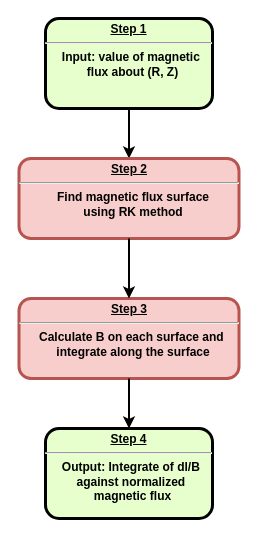
The draw.io diagram magnetic_flux_surface_integrate_flowchat.drawio in jiaxing-liu/flowchart, before the edit. Source tidied: cells renumbered, new cells numbered last; positions are measured from the earlier drawing's top-left corner, leaving out a move shared by most shapes. Both pictures are drawn from the tidied source at 100%, with x=0, y=0 at pixel (19, 18).
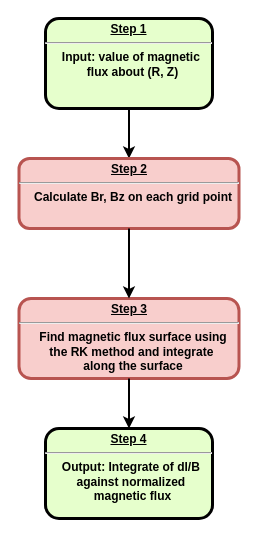
The same diagram, later.

The edit, as a diff of the source:
```diff
@@
 <mxGraphModel>
   <root>
     <mxCell id="0" />
     <mxCell id="1" parent="0" />
     <mxCell id="2" value="&lt;p style=&quot;margin: 0px ; margin-top: 4px ; text-align: center ; text-decoration: underline&quot;&gt;&lt;strong&gt;Step 1&lt;br&gt;&lt;/strong&gt;&lt;/p&gt;&lt;hr&gt;&lt;p style=&quot;margin: 0px ; margin-left: 8px&quot;&gt;Input: value of&amp;nbsp;&lt;span&gt;magnetic&amp;nbsp;&lt;/span&gt;&lt;/p&gt;&lt;p style=&quot;margin: 0px ; margin-left: 8px&quot;&gt;&lt;span&gt;flux&amp;nbsp;&lt;/span&gt;&lt;span&gt;about (R, Z)&lt;/span&gt;&lt;/p&gt;" style="verticalAlign=middle;align=center;overflow=fill;fontSize=12;fontFamily=Helvetica;html=1;rounded=1;fontStyle=1;strokeWidth=3;fillColor=#E6FFCC;" parent="1" vertex="1">
       <mxGeometry x="26" width="167" height="90" as="geometry" />
     </mxCell>
     <mxCell id="3" style="endArrow=classic;html=1;rounded=1;exitX=0.5;exitY=1;exitDx=0;exitDy=0;strokeWidth=2;entryX=0.5;entryY=0;entryDx=0;entryDy=0;edgeStyle=orthogonalEdgeStyle;" parent="1" edge="1" source="2" target="4">
       <mxGeometry relative="1" as="geometry" />
     </mxCell>
-    <mxCell id="4" value="&lt;p style=&quot;margin: 0px ; margin-top: 4px ; text-align: center ; text-decoration: underline&quot;&gt;&lt;strong&gt;Step 2&lt;br&gt;&lt;/strong&gt;&lt;/p&gt;&lt;hr&gt;&lt;p style=&quot;margin: 0px ; margin-left: 8px&quot;&gt;Find magnetic flux surface&lt;/p&gt;&lt;p style=&quot;margin: 0px ; margin-left: 8px&quot;&gt;using RK method&lt;/p&gt;" style="verticalAlign=middle;align=center;overflow=fill;fontSize=12;fontFamily=Helvetica;html=1;rounded=1;fontStyle=1;strokeWidth=3;fillColor=#f8cecc;strokeColor=#b85450;" parent="1" vertex="1">
-      <mxGeometry x="-0.5" y="140" width="220" height="80" as="geometry" />
+    <mxCell id="4" value="&lt;p style=&quot;margin: 0px ; margin-top: 4px ; text-align: center ; text-decoration: underline&quot;&gt;&lt;strong&gt;Step 2&lt;br&gt;&lt;/strong&gt;&lt;/p&gt;&lt;hr&gt;&lt;p style=&quot;margin: 0px ; margin-left: 8px&quot;&gt;Calculate Br, Bz on each grid point&lt;br&gt;&lt;/p&gt;" style="verticalAlign=middle;align=center;overflow=fill;fontSize=12;fontFamily=Helvetica;html=1;rounded=1;fontStyle=1;strokeWidth=3;fillColor=#f8cecc;strokeColor=#b85450;" parent="1" vertex="1">
+      <mxGeometry x="-0.5" y="140" width="220" height="70" as="geometry" />
     </mxCell>
-    <mxCell id="5" value="&lt;p style=&quot;margin: 0px ; margin-top: 4px ; text-align: center ; text-decoration: underline&quot;&gt;&lt;strong&gt;Step 3&lt;br&gt;&lt;/strong&gt;&lt;/p&gt;&lt;hr&gt;&lt;p style=&quot;margin: 0px ; margin-left: 8px&quot;&gt;Calculate B on each surface and&amp;nbsp;&lt;/p&gt;&lt;p style=&quot;margin: 0px ; margin-left: 8px&quot;&gt;integrate along the surface&lt;/p&gt;" style="verticalAlign=middle;align=center;overflow=fill;fontSize=12;fontFamily=Helvetica;html=1;rounded=1;fontStyle=1;strokeWidth=3;fillColor=#f8cecc;strokeColor=#b85450;" parent="1" vertex="1">
+    <mxCell id="5" value="&lt;p style=&quot;margin: 0px ; margin-top: 4px ; text-align: center ; text-decoration: underline&quot;&gt;&lt;strong&gt;Step 3&lt;br&gt;&lt;/strong&gt;&lt;/p&gt;&lt;hr&gt;&lt;p style=&quot;margin: 0px ; margin-left: 8px&quot;&gt;Find magnetic flux surface using&lt;/p&gt;&lt;p style=&quot;margin: 0px ; margin-left: 8px&quot;&gt;the RK method and&amp;nbsp;&lt;span&gt;integrate&amp;nbsp;&lt;/span&gt;&lt;/p&gt;&lt;p style=&quot;margin: 0px ; margin-left: 8px&quot;&gt;&lt;span&gt;along the surface&lt;/span&gt;&lt;/p&gt;" style="verticalAlign=middle;align=center;overflow=fill;fontSize=12;fontFamily=Helvetica;html=1;rounded=1;fontStyle=1;strokeWidth=3;fillColor=#f8cecc;strokeColor=#b85450;" parent="1" vertex="1">
       <mxGeometry x="-0.5" y="280" width="220" height="80" as="geometry" />
     </mxCell>
     <mxCell id="6" style="endArrow=classic;html=1;rounded=1;exitX=0.5;exitY=1;exitDx=0;exitDy=0;strokeWidth=2;edgeStyle=orthogonalEdgeStyle;" parent="1" edge="1" source="4" target="5">
       <mxGeometry relative="1" as="geometry" />
     </mxCell>
     <mxCell id="7" value="&lt;p style=&quot;margin: 0px ; margin-top: 4px ; text-align: center ; text-decoration: underline&quot;&gt;&lt;strong&gt;Step 4&lt;br&gt;&lt;/strong&gt;&lt;/p&gt;&lt;hr&gt;&lt;p style=&quot;margin: 0px ; margin-left: 8px&quot;&gt;Output: Integrate of dl/B&amp;nbsp;&lt;/p&gt;&lt;p style=&quot;margin: 0px ; margin-left: 8px&quot;&gt;against normalized&amp;nbsp;&lt;/p&gt;&lt;p style=&quot;margin: 0px ; margin-left: 8px&quot;&gt;magnetic flux&lt;/p&gt;" style="verticalAlign=middle;align=center;overflow=fill;fontSize=12;fontFamily=Helvetica;html=1;rounded=1;fontStyle=1;strokeWidth=3;fillColor=#E6FFCC;" parent="1" vertex="1">
       <mxGeometry x="26" y="410" width="167" height="90" as="geometry" />
     </mxCell>
     <mxCell id="8" style="endArrow=classic;html=1;rounded=1;strokeWidth=2;entryX=0.5;entryY=0;entryDx=0;entryDy=0;edgeStyle=orthogonalEdgeStyle;exitX=0.5;exitY=1;exitDx=0;exitDy=0;" parent="1" edge="1" source="5" target="7">
       <mxGeometry relative="1" as="geometry" />
     </mxCell>
   </root>
 </mxGraphModel>
```
